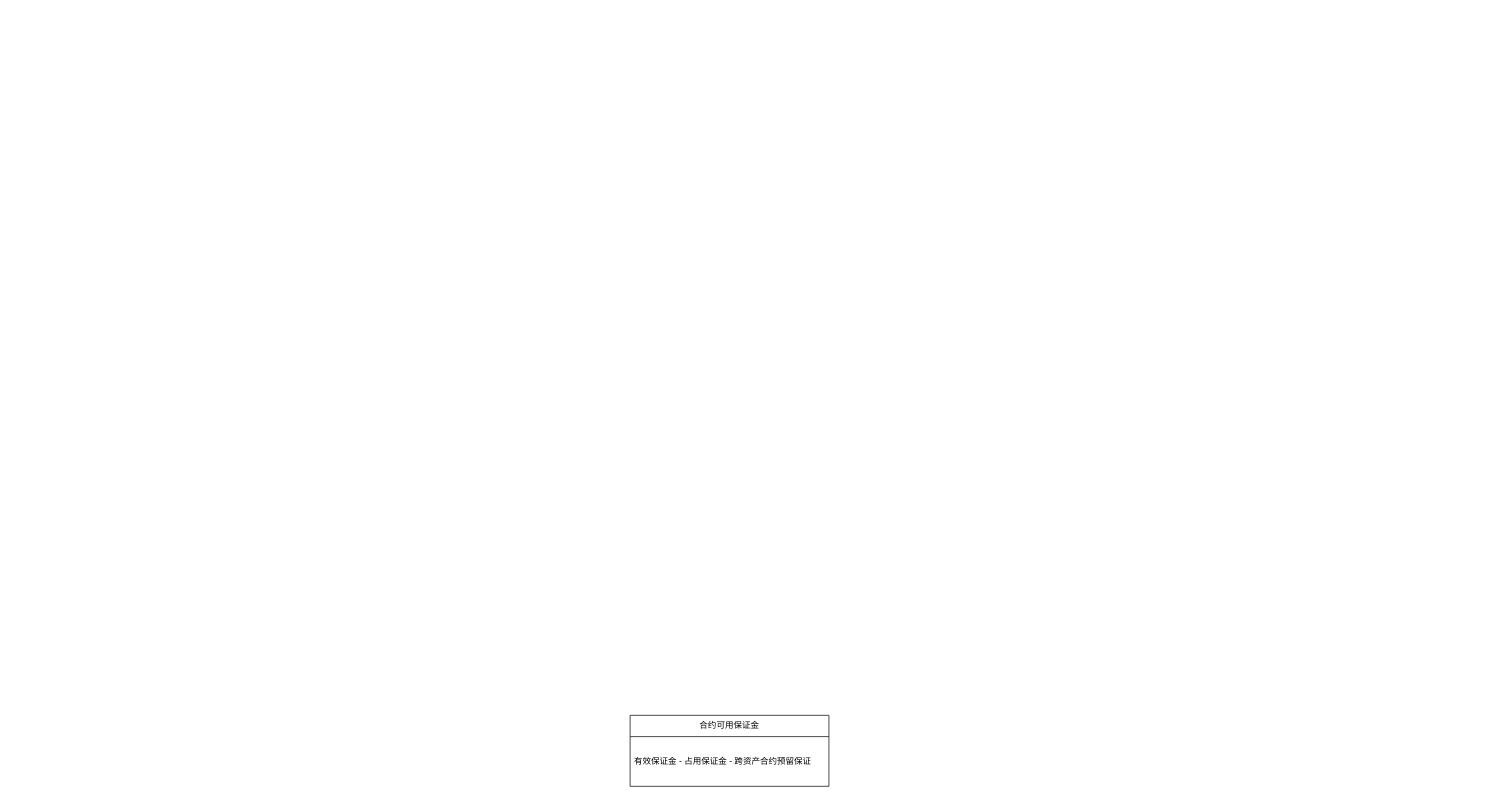
The draw.io diagram UTA_2.drawio in AC-YoY/diagram-storage, before the edit. Source tidied: cells renumbered, new cells numbered last; positions are measured from the earlier drawing's top-left corner, leaving out a move shared by most shapes. Both pictures are drawn from the tidied source at 71%, with x=0, y=0 at pixel (630, 715).
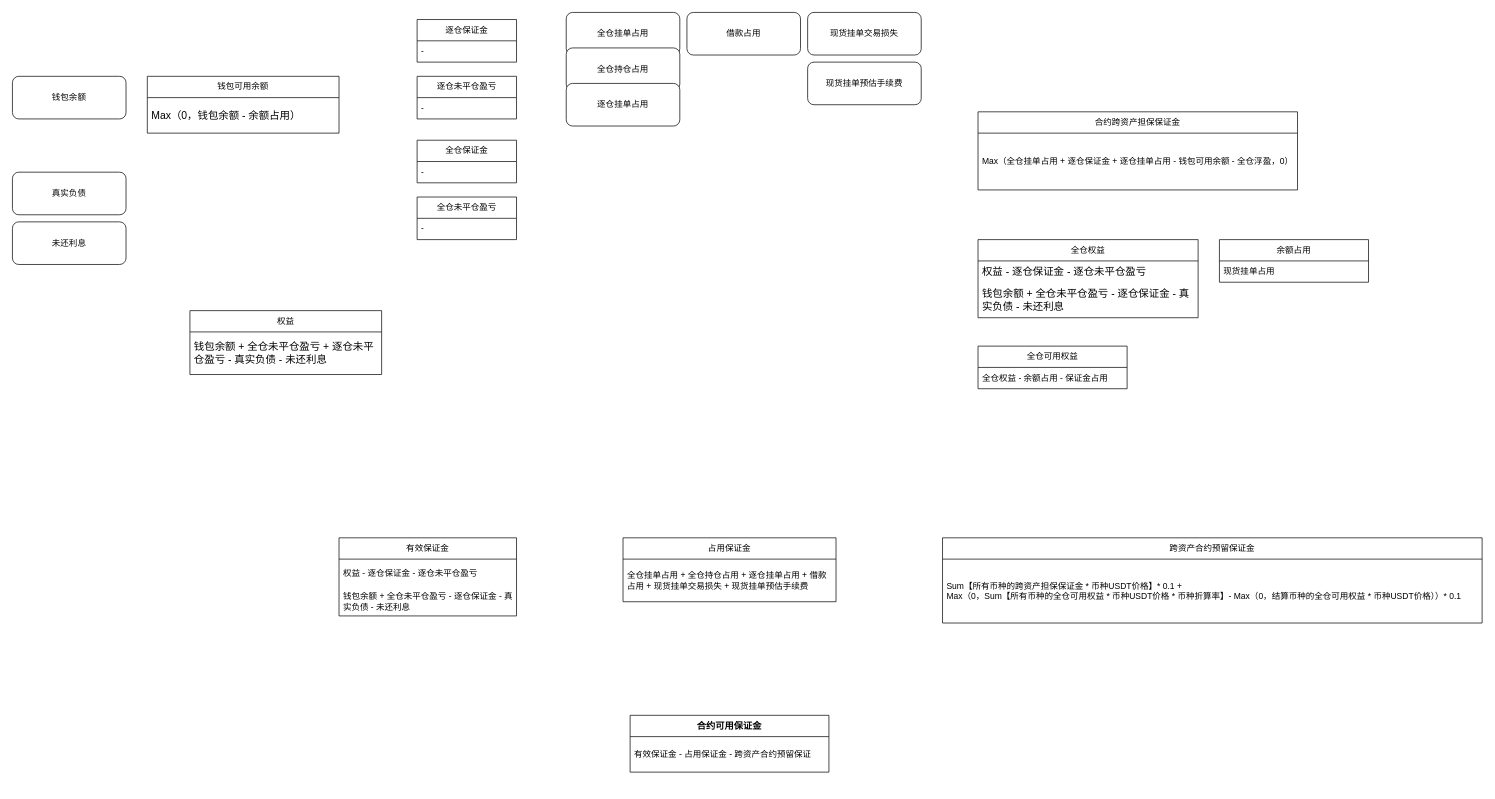
Above is the later version.

Change to the diagram source:
```diff
@@
-    <mxCell id="2" value="&lt;span style=&quot;text-align: left;&quot;&gt;合约可用保证金&lt;/span&gt;" style="swimlane;fontStyle=0;horizontal=1;startSize=30;whiteSpace=wrap;html=1;" parent="1" vertex="1">
-      <mxGeometry width="280" height="100" as="geometry" />
+    <mxCell id="2" value="&lt;span style=&quot;text-align: left;&quot;&gt;&lt;b&gt;&lt;font style=&quot;font-size: 13px;&quot;&gt;合约可用保证金&lt;/font&gt;&lt;/b&gt;&lt;/span&gt;" style="swimlane;fontStyle=0;horizontal=1;startSize=30;whiteSpace=wrap;html=1;" parent="1" vertex="1">
+      <mxGeometry width="280" height="80" as="geometry" />
     </mxCell>
     <mxCell id="3" value="有效保证金 - 占用保证金 - 跨资产合约预留保证" style="text;strokeColor=none;fillColor=none;align=left;verticalAlign=middle;spacingLeft=4;spacingRight=4;overflow=hidden;whiteSpace=wrap;html=1;" parent="2" vertex="1">
-      <mxGeometry y="30" width="280" height="70" as="geometry" />
+      <mxGeometry y="30" width="280" height="50" as="geometry" />
     </mxCell>
+    <mxCell id="4" value="&lt;span style=&quot;text-align: left;&quot;&gt;有效保证金&lt;/span&gt;" style="swimlane;fontStyle=0;horizontal=1;startSize=30;whiteSpace=wrap;html=1;" parent="1" vertex="1">
+      <mxGeometry x="-410" y="-250" width="250" height="110" as="geometry" />
+    </mxCell>
+    <mxCell id="5" value="&lt;div&gt;权益 - 逐仓保证金 - 逐仓未平仓盈亏&lt;/div&gt;" style="text;strokeColor=none;fillColor=none;align=left;verticalAlign=middle;spacingLeft=4;spacingRight=4;overflow=hidden;whiteSpace=wrap;html=1;" parent="4" vertex="1">
+      <mxGeometry y="30" width="250" height="40" as="geometry" />
+    </mxCell>
+    <mxCell id="6" value="&lt;div&gt;&lt;span style=&quot;background-color: initial;&quot;&gt;钱包余额 + 全仓未平仓盈亏 - 逐仓保证金 - 真实负债 - 未还利息&lt;/span&gt;&lt;br&gt;&lt;/div&gt;" style="text;strokeColor=none;fillColor=none;align=left;verticalAlign=middle;spacingLeft=4;spacingRight=4;overflow=hidden;whiteSpace=wrap;html=1;" parent="4" vertex="1">
+      <mxGeometry y="70" width="250" height="40" as="geometry" />
+    </mxCell>
+    <mxCell id="7" value="&lt;span style=&quot;text-align: left;&quot;&gt;占用保证金&lt;/span&gt;" style="swimlane;fontStyle=0;horizontal=1;startSize=30;whiteSpace=wrap;html=1;" parent="1" vertex="1">
+      <mxGeometry x="-10" y="-250" width="300" height="90" as="geometry" />
+    </mxCell>
+    <mxCell id="8" value="&lt;div&gt;全仓挂单占用 + 全仓持仓占用 + 逐仓挂单占用 + 借款占用 + 现货挂单交易损失 + 现货挂单预估手续费&lt;/div&gt;" style="text;strokeColor=none;fillColor=none;align=left;verticalAlign=middle;spacingLeft=4;spacingRight=4;overflow=hidden;whiteSpace=wrap;html=1;" parent="7" vertex="1">
+      <mxGeometry y="30" width="300" height="60" as="geometry" />
+    </mxCell>
+    <mxCell id="9" value="&lt;span style=&quot;text-align: left;&quot;&gt;跨资产合约预留保证金&lt;/span&gt;" style="swimlane;fontStyle=0;horizontal=1;startSize=30;whiteSpace=wrap;html=1;" parent="1" vertex="1">
+      <mxGeometry x="440" y="-250" width="760" height="120" as="geometry" />
+    </mxCell>
+    <mxCell id="10" value="&lt;div&gt;Sum【所有币种的跨资产担保保证金 * 币种USDT价格】* 0.1 +&amp;nbsp;&lt;/div&gt;&lt;div&gt;Max（0，Sum【所有币种的全仓可用权益 * 币种USDT价格 * 币种折算率】- Max（0，结算币种的全仓可用权益 * 币种USDT价格））* 0.1&lt;br&gt;&lt;/div&gt;" style="text;strokeColor=none;fillColor=none;align=left;verticalAlign=middle;spacingLeft=4;spacingRight=4;overflow=hidden;whiteSpace=wrap;html=1;" parent="9" vertex="1">
+      <mxGeometry y="30" width="760" height="90" as="geometry" />
+    </mxCell>
+    <mxCell id="11" value="&lt;span style=&quot;color: rgb(0, 0, 0); font-family: Helvetica; font-size: 12px; font-style: normal; font-variant-ligatures: normal; font-variant-caps: normal; font-weight: 400; letter-spacing: normal; orphans: 2; text-align: left; text-indent: 0px; text-transform: none; widows: 2; word-spacing: 0px; -webkit-text-stroke-width: 0px; white-space: normal; background-color: rgb(251, 251, 251); text-decoration-thickness: initial; text-decoration-style: initial; text-decoration-color: initial; display: inline !important; float: none;&quot;&gt;全仓挂单占用&lt;/span&gt;" style="rounded=1;whiteSpace=wrap;html=1;" parent="1" vertex="1">
+      <mxGeometry x="-90" y="-990" width="160" height="60" as="geometry" />
+    </mxCell>
+    <mxCell id="12" value="&lt;span style=&quot;color: rgb(0, 0, 0); font-family: Helvetica; font-size: 12px; font-style: normal; font-variant-ligatures: normal; font-variant-caps: normal; font-weight: 400; letter-spacing: normal; orphans: 2; text-align: left; text-indent: 0px; text-transform: none; widows: 2; word-spacing: 0px; -webkit-text-stroke-width: 0px; white-space: normal; background-color: rgb(251, 251, 251); text-decoration-thickness: initial; text-decoration-style: initial; text-decoration-color: initial; display: inline !important; float: none;&quot;&gt;全仓持仓占用&lt;/span&gt;" style="rounded=1;whiteSpace=wrap;html=1;" parent="1" vertex="1">
+      <mxGeometry x="-90" y="-940" width="160" height="60" as="geometry" />
+    </mxCell>
+    <mxCell id="13" value="&lt;div&gt;&lt;span style=&quot;text-align: left; background-color: initial;&quot;&gt;逐仓挂单占用&lt;/span&gt;&lt;br&gt;&lt;/div&gt;" style="rounded=1;whiteSpace=wrap;html=1;" parent="1" vertex="1">
+      <mxGeometry x="-90" y="-890" width="160" height="60" as="geometry" />
+    </mxCell>
+    <mxCell id="14" value="&lt;div&gt;&lt;span style=&quot;text-align: left;&quot;&gt;借款占用&lt;/span&gt;&lt;br&gt;&lt;/div&gt;" style="rounded=1;whiteSpace=wrap;html=1;" parent="1" vertex="1">
+      <mxGeometry x="80" y="-990" width="160" height="60" as="geometry" />
+    </mxCell>
+    <mxCell id="15" value="&lt;div&gt;&lt;span style=&quot;text-align: left;&quot;&gt;现货挂单交易损失&lt;/span&gt;&lt;br&gt;&lt;/div&gt;" style="rounded=1;whiteSpace=wrap;html=1;" parent="1" vertex="1">
+      <mxGeometry x="250" y="-990" width="160" height="60" as="geometry" />
+    </mxCell>
+    <mxCell id="16" value="&lt;div&gt;&lt;span style=&quot;text-align: left;&quot;&gt;现货挂单预估手续费&lt;/span&gt;&lt;br&gt;&lt;/div&gt;" style="rounded=1;whiteSpace=wrap;html=1;" parent="1" vertex="1">
+      <mxGeometry x="250" y="-920" width="160" height="60" as="geometry" />
+    </mxCell>
+    <mxCell id="17" value="&lt;span style=&quot;text-align: left;&quot;&gt;权益&lt;/span&gt;" style="swimlane;fontStyle=0;horizontal=1;startSize=30;whiteSpace=wrap;html=1;" parent="1" vertex="1">
+      <mxGeometry x="-620" y="-570" width="270" height="90" as="geometry" />
+    </mxCell>
+    <mxCell id="18" value="&lt;span id=&quot;docs-internal-guid-ebde03c9-7fff-1dc7-ac11-59d686706613&quot;&gt;&lt;span style=&quot;font-size: 11pt; font-family: Arial, sans-serif; background-color: transparent; font-variant-numeric: normal; font-variant-east-asian: normal; font-variant-alternates: normal; font-variant-position: normal; vertical-align: baseline; white-space-collapse: preserve;&quot;&gt;钱包余额 + 全仓未平仓盈亏 + 逐仓未平仓盈亏 - 真实负债 - 未还利息&lt;/span&gt;&lt;/span&gt;" style="text;strokeColor=none;fillColor=none;align=left;verticalAlign=middle;spacingLeft=4;spacingRight=4;overflow=hidden;whiteSpace=wrap;html=1;" parent="17" vertex="1">
+      <mxGeometry y="30" width="270" height="60" as="geometry" />
+    </mxCell>
+    <mxCell id="19" value="&lt;span style=&quot;text-align: left;&quot;&gt;逐仓保证金&lt;/span&gt;" style="swimlane;fontStyle=0;horizontal=1;startSize=30;whiteSpace=wrap;html=1;" parent="1" vertex="1">
+      <mxGeometry x="-300" y="-980" width="140" height="60" as="geometry" />
+    </mxCell>
+    <mxCell id="20" value="-" style="text;strokeColor=none;fillColor=none;align=left;verticalAlign=middle;spacingLeft=4;spacingRight=4;overflow=hidden;whiteSpace=wrap;html=1;" parent="19" vertex="1">
+      <mxGeometry y="30" width="140" height="30" as="geometry" />
+    </mxCell>
+    <mxCell id="21" value="&lt;span style=&quot;text-align: left;&quot;&gt;逐仓未平仓盈亏&lt;/span&gt;" style="swimlane;fontStyle=0;horizontal=1;startSize=30;whiteSpace=wrap;html=1;" parent="1" vertex="1">
+      <mxGeometry x="-300" y="-900" width="140" height="60" as="geometry" />
+    </mxCell>
+    <mxCell id="22" value="-" style="text;strokeColor=none;fillColor=none;align=left;verticalAlign=middle;spacingLeft=4;spacingRight=4;overflow=hidden;whiteSpace=wrap;html=1;" parent="21" vertex="1">
+      <mxGeometry y="30" width="140" height="30" as="geometry" />
+    </mxCell>
+    <mxCell id="23" value="&lt;div&gt;&lt;span style=&quot;text-align: left;&quot;&gt;真实负债&lt;/span&gt;&lt;br&gt;&lt;/div&gt;" style="rounded=1;whiteSpace=wrap;html=1;" parent="1" vertex="1">
+      <mxGeometry x="-870" y="-765" width="160" height="60" as="geometry" />
+    </mxCell>
+    <mxCell id="24" value="&lt;div&gt;&lt;span style=&quot;text-align: left;&quot;&gt;未还利息&lt;/span&gt;&lt;br&gt;&lt;/div&gt;" style="rounded=1;whiteSpace=wrap;html=1;" parent="1" vertex="1">
+      <mxGeometry x="-870" y="-695" width="160" height="60" as="geometry" />
+    </mxCell>
+    <mxCell id="25" value="&lt;span style=&quot;text-align: left;&quot;&gt;全仓保证金&lt;/span&gt;" style="swimlane;fontStyle=0;horizontal=1;startSize=30;whiteSpace=wrap;html=1;" parent="1" vertex="1">
+      <mxGeometry x="-300" y="-810" width="140" height="60" as="geometry" />
+    </mxCell>
+    <mxCell id="26" value="-" style="text;strokeColor=none;fillColor=none;align=left;verticalAlign=middle;spacingLeft=4;spacingRight=4;overflow=hidden;whiteSpace=wrap;html=1;" parent="25" vertex="1">
+      <mxGeometry y="30" width="140" height="30" as="geometry" />
+    </mxCell>
+    <mxCell id="27" value="&lt;span style=&quot;text-align: left;&quot;&gt;全仓未平仓盈亏&lt;/span&gt;" style="swimlane;fontStyle=0;horizontal=1;startSize=30;whiteSpace=wrap;html=1;" parent="1" vertex="1">
+      <mxGeometry x="-300" y="-730" width="140" height="60" as="geometry" />
+    </mxCell>
+    <mxCell id="28" value="-" style="text;strokeColor=none;fillColor=none;align=left;verticalAlign=middle;spacingLeft=4;spacingRight=4;overflow=hidden;whiteSpace=wrap;html=1;" parent="27" vertex="1">
+      <mxGeometry y="30" width="140" height="30" as="geometry" />
+    </mxCell>
+    <mxCell id="29" value="&lt;div&gt;&lt;span style=&quot;text-align: left;&quot;&gt;钱包余额&lt;/span&gt;&lt;br&gt;&lt;/div&gt;" style="rounded=1;whiteSpace=wrap;html=1;" parent="1" vertex="1">
+      <mxGeometry x="-870" y="-900" width="160" height="60" as="geometry" />
+    </mxCell>
+    <mxCell id="30" value="&lt;span style=&quot;text-align: left;&quot;&gt;合约跨资产担保保证金&lt;/span&gt;" style="swimlane;fontStyle=0;horizontal=1;startSize=30;whiteSpace=wrap;html=1;" parent="1" vertex="1">
+      <mxGeometry x="490" y="-850" width="450" height="110" as="geometry" />
+    </mxCell>
+    <mxCell id="31" value="Max（全仓挂单占用 + 逐仓保证金 + 逐仓挂单占用 - 钱包可用余额 - 全仓浮盈，0）" style="text;strokeColor=none;fillColor=none;align=left;verticalAlign=middle;spacingLeft=4;spacingRight=4;overflow=hidden;whiteSpace=wrap;html=1;" parent="30" vertex="1">
+      <mxGeometry y="30" width="450" height="80" as="geometry" />
+    </mxCell>
+    <mxCell id="32" value="&lt;span style=&quot;text-align: left;&quot;&gt;全仓可用权益&lt;/span&gt;" style="swimlane;fontStyle=0;horizontal=1;startSize=30;whiteSpace=wrap;html=1;" parent="1" vertex="1">
+      <mxGeometry x="490" y="-520" width="210" height="60" as="geometry" />
+    </mxCell>
+    <mxCell id="33" value="全仓权益 - 余额占用 - 保证金占用" style="text;strokeColor=none;fillColor=none;align=left;verticalAlign=middle;spacingLeft=4;spacingRight=4;overflow=hidden;whiteSpace=wrap;html=1;" parent="32" vertex="1">
+      <mxGeometry y="30" width="210" height="30" as="geometry" />
+    </mxCell>
+    <mxCell id="34" value="&lt;span style=&quot;text-align: left;&quot;&gt;全仓权益&lt;/span&gt;" style="swimlane;fontStyle=0;horizontal=1;startSize=30;whiteSpace=wrap;html=1;" parent="1" vertex="1">
+      <mxGeometry x="490" y="-670" width="310" height="110" as="geometry" />
+    </mxCell>
+    <mxCell id="35" value="&lt;span id=&quot;docs-internal-guid-8330c4ed-7fff-1668-7055-0fd71e99c6b8&quot;&gt;&lt;span style=&quot;font-size: 11pt; font-family: Arial, sans-serif; background-color: transparent; font-variant-numeric: normal; font-variant-east-asian: normal; font-variant-alternates: normal; font-variant-position: normal; vertical-align: baseline; white-space-collapse: preserve;&quot;&gt;权益 - 逐仓保证金 - 逐仓未平仓盈亏&lt;/span&gt;&lt;/span&gt;" style="text;strokeColor=none;fillColor=none;align=left;verticalAlign=middle;spacingLeft=4;spacingRight=4;overflow=hidden;whiteSpace=wrap;html=1;" parent="34" vertex="1">
+      <mxGeometry y="30" width="310" height="30" as="geometry" />
+    </mxCell>
+    <mxCell id="36" value="&lt;span id=&quot;docs-internal-guid-f703a618-7fff-798c-0bb1-125c687710a3&quot;&gt;&lt;span style=&quot;font-size: 11pt; font-family: Arial, sans-serif; background-color: transparent; font-variant-numeric: normal; font-variant-east-asian: normal; font-variant-alternates: normal; font-variant-position: normal; vertical-align: baseline; white-space-collapse: preserve;&quot;&gt;钱包余额 + 全仓未平仓盈亏 - 逐仓保证金 - 真实负债 - 未还利息&lt;/span&gt;&lt;/span&gt;" style="text;strokeColor=none;fillColor=none;align=left;verticalAlign=middle;spacingLeft=4;spacingRight=4;overflow=hidden;whiteSpace=wrap;html=1;fontStyle=0;" parent="34" vertex="1">
+      <mxGeometry y="60" width="310" height="50" as="geometry" />
+    </mxCell>
+    <mxCell id="37" value="&lt;span style=&quot;text-align: left;&quot;&gt;余额占用&lt;/span&gt;" style="swimlane;fontStyle=0;horizontal=1;startSize=30;whiteSpace=wrap;html=1;" parent="1" vertex="1">
+      <mxGeometry x="830" y="-670" width="210" height="60" as="geometry" />
+    </mxCell>
+    <mxCell id="38" value="现货挂单占用" style="text;strokeColor=none;fillColor=none;align=left;verticalAlign=middle;spacingLeft=4;spacingRight=4;overflow=hidden;whiteSpace=wrap;html=1;" parent="37" vertex="1">
+      <mxGeometry y="30" width="210" height="30" as="geometry" />
+    </mxCell>
+    <mxCell id="39" value="&lt;div style=&quot;text-align: left;&quot;&gt;&lt;span style=&quot;background-color: initial;&quot;&gt;钱包可用余额&lt;/span&gt;&lt;/div&gt;" style="swimlane;fontStyle=0;horizontal=1;startSize=30;whiteSpace=wrap;html=1;" parent="1" vertex="1">
+      <mxGeometry x="-680" y="-900" width="270" height="80" as="geometry" />
+    </mxCell>
+    <mxCell id="40" value="&lt;span id=&quot;docs-internal-guid-ebde03c9-7fff-1dc7-ac11-59d686706613&quot;&gt;&lt;span style=&quot;font-size: 11pt; font-family: Arial, sans-serif; background-color: transparent; font-variant-numeric: normal; font-variant-east-asian: normal; font-variant-alternates: normal; font-variant-position: normal; vertical-align: baseline; white-space-collapse: preserve;&quot;&gt;Max（0，钱包余额 - 余额占用）&lt;/span&gt;&lt;/span&gt;" style="text;strokeColor=none;fillColor=none;align=left;verticalAlign=middle;spacingLeft=4;spacingRight=4;overflow=hidden;whiteSpace=wrap;html=1;" parent="39" vertex="1">
+      <mxGeometry y="30" width="270" height="50" as="geometry" />
+    </mxCell>
```
